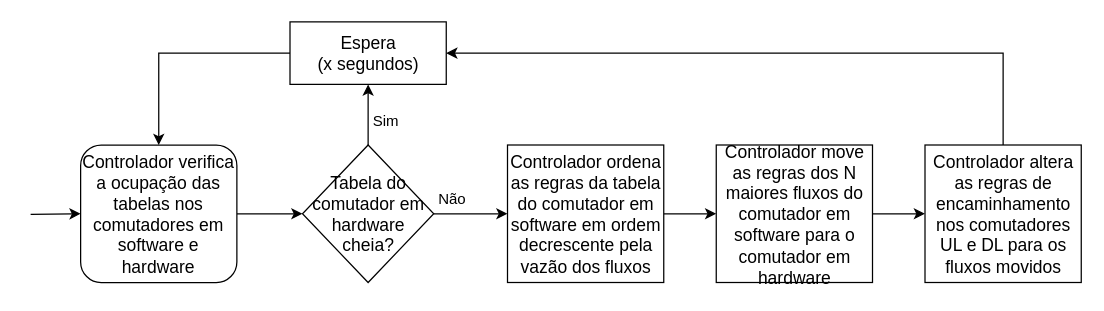
Above: Scripts/Fluxogramas/fluxoDinamica.drawio in pedrobellotti/iperftestes (draw.io), before the change. Source tidied: cells renumbered, new cells numbered last; positions are measured from the earlier drawing's top-left corner, leaving out a move shared by most shapes. Both pictures are drawn from the tidied source at 125%, with x=0, y=0 at pixel (30, 21).
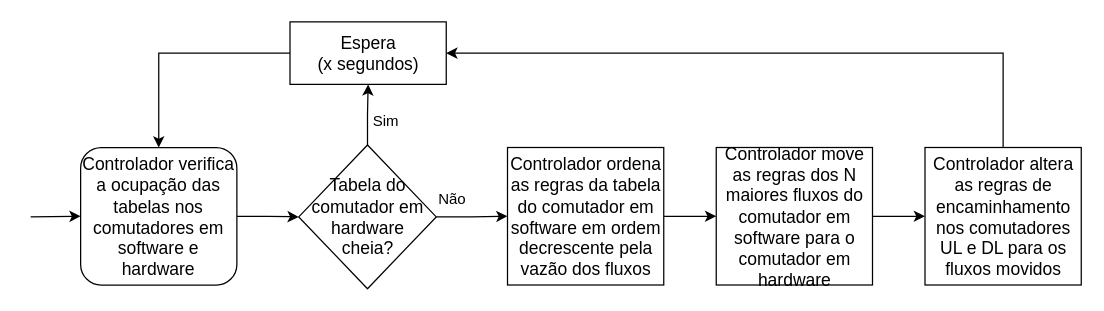
The same page after the edit.

What changed in the source:
```diff
@@
 <mxGraphModel>
   <root>
     <mxCell id="0" />
     <mxCell id="1" parent="0" />
     <mxCell id="2" style="edgeStyle=orthogonalEdgeStyle;rounded=0;jettySize=auto;html=1;exitX=1;exitY=0.5;exitDx=0;exitDy=0;entryX=0;entryY=0.5;entryDx=0;entryDy=0;fillColor=#000000;" parent="1" edge="1" source="3" target="6">
       <mxGeometry relative="1" as="geometry" />
     </mxCell>
     <mxCell id="3" value="&lt;font style=&quot;font-size: 14px&quot;&gt;Controlador verifica a ocupação das tabelas nos comutadores em software e hardware&lt;/font&gt;" style="rounded=1;whiteSpace=wrap;html=1;" parent="1" vertex="1">
-      <mxGeometry x="40" y="98.5" width="125" height="110" as="geometry" />
+      <mxGeometry x="40" y="100.5" width="125" height="110" as="geometry" />
     </mxCell>
     <mxCell id="4" style="edgeStyle=orthogonalEdgeStyle;rounded=0;jettySize=auto;html=1;exitX=1;exitY=0.5;exitDx=0;exitDy=0;fillColor=#000000;entryX=0;entryY=0.5;entryDx=0;entryDy=0;" parent="1" edge="1" source="6" target="9">
       <mxGeometry relative="1" as="geometry" />
     </mxCell>
     <mxCell id="5" style="edgeStyle=orthogonalEdgeStyle;rounded=0;jettySize=auto;html=1;exitX=0.5;exitY=0;exitDx=0;exitDy=0;entryX=0.5;entryY=1;entryDx=0;entryDy=0;" parent="1" edge="1" source="6" target="15">
       <mxGeometry relative="1" as="geometry" />
     </mxCell>
     <mxCell id="6" value="&lt;div style=&quot;font-size: 14px&quot;&gt;&lt;font style=&quot;font-size: 14px&quot;&gt;Tabela do comutador em hardware &lt;br&gt;&lt;/font&gt;&lt;/div&gt;&lt;div style=&quot;font-size: 14px&quot;&gt;&lt;font style=&quot;font-size: 14px&quot;&gt;cheia?&lt;/font&gt;&lt;/div&gt;" style="rhombus;whiteSpace=wrap;html=1;" parent="1" vertex="1">
-      <mxGeometry x="217.5" y="98.5" width="105" height="110" as="geometry" />
+      <mxGeometry x="214.5" y="98.5" width="110" height="115" as="geometry" />
     </mxCell>
     <mxCell id="7" value="Não" style="text;html=1;align=center;verticalAlign=middle;" parent="1" vertex="1">
       <mxGeometry x="316.5" y="131.5" width="40" height="20" as="geometry" />
     </mxCell>
     <mxCell id="8" style="edgeStyle=orthogonalEdgeStyle;rounded=0;jettySize=auto;html=1;exitX=1;exitY=0.5;exitDx=0;exitDy=0;entryX=0;entryY=0.5;entryDx=0;entryDy=0;fillColor=#000000;" parent="1" edge="1" source="9" target="11">
       <mxGeometry relative="1" as="geometry" />
     </mxCell>
     <mxCell id="9" value="&lt;font style=&quot;font-size: 14px&quot;&gt;Controlador ordena as regras da tabela do comutador em software em ordem decrescente pela vazão dos fluxos&lt;/font&gt;" style="rounded=0;whiteSpace=wrap;html=1;" parent="1" vertex="1">
-      <mxGeometry x="381.5" y="98.5" width="125" height="110" as="geometry" />
+      <mxGeometry x="381.5" y="100.5" width="125" height="110" as="geometry" />
     </mxCell>
     <mxCell id="10" style="edgeStyle=orthogonalEdgeStyle;rounded=0;jettySize=auto;html=1;exitX=1;exitY=0.5;exitDx=0;exitDy=0;entryX=0;entryY=0.5;entryDx=0;entryDy=0;fillColor=#000000;" parent="1" edge="1" source="11" target="13">
       <mxGeometry relative="1" as="geometry" />
     </mxCell>
     <mxCell id="11" value="&lt;font style=&quot;font-size: 14px&quot;&gt;Controlador move as regras dos N maiores fluxos do comutador em software para o comutador em hardware&lt;/font&gt;" style="rounded=0;whiteSpace=wrap;html=1;" parent="1" vertex="1">
-      <mxGeometry x="548.5" y="98.5" width="125" height="110" as="geometry" />
+      <mxGeometry x="548.5" y="100.5" width="125" height="110" as="geometry" />
     </mxCell>
     <mxCell id="12" style="edgeStyle=orthogonalEdgeStyle;rounded=0;jettySize=auto;html=1;exitX=0.5;exitY=0;exitDx=0;exitDy=0;entryX=1;entryY=0.5;entryDx=0;entryDy=0;fillColor=#000000;" parent="1" edge="1" source="13" target="15">
       <mxGeometry relative="1" as="geometry" />
     </mxCell>
     <mxCell id="13" value="&lt;font style=&quot;font-size: 14px&quot;&gt;Controlador altera as regras de encaminhamento nos comutadores UL e DL para os fluxos movidos&lt;/font&gt;" style="rounded=0;whiteSpace=wrap;html=1;" parent="1" vertex="1">
-      <mxGeometry x="715.5" y="98.5" width="125" height="110" as="geometry" />
+      <mxGeometry x="715.5" y="100.5" width="125" height="110" as="geometry" />
     </mxCell>
     <mxCell id="14" style="edgeStyle=orthogonalEdgeStyle;rounded=0;jettySize=auto;html=1;exitX=0;exitY=0.5;exitDx=0;exitDy=0;entryX=0.5;entryY=0;entryDx=0;entryDy=0;fillColor=#000000;" parent="1" edge="1" source="15" target="3">
       <mxGeometry relative="1" as="geometry" />
     </mxCell>
     <mxCell id="15" value="&lt;font style=&quot;font-size: 14px&quot;&gt;Espera&lt;br&gt;(x segundos)&lt;/font&gt;" style="rounded=0;whiteSpace=wrap;html=1;" parent="1" vertex="1">
       <mxGeometry x="207.5" width="125" height="50" as="geometry" />
     </mxCell>
     <mxCell id="16" value="Sim" style="text;html=1;align=center;verticalAlign=middle;" parent="1" vertex="1">
       <mxGeometry x="264" y="70" width="40" height="20" as="geometry" />
     </mxCell>
-    <mxCell id="17" style="endArrow=classic;html=1;entryX=0;entryY=0.5;entryDx=0;entryDy=0;" parent="1" edge="1" target="3">
+    <mxCell id="17" style="endArrow=classic;html=1;entryX=0;entryY=0.5;entryDx=0;entryDy=0;" parent="1" edge="1">
       <mxGeometry relative="1" as="geometry">
-        <mxPoint y="154" as="sourcePoint" />
+        <mxPoint y="156" as="sourcePoint" />
+        <mxPoint x="40" y="155.5" as="targetPoint" />
       </mxGeometry>
     </mxCell>
   </root>
 </mxGraphModel>
```
